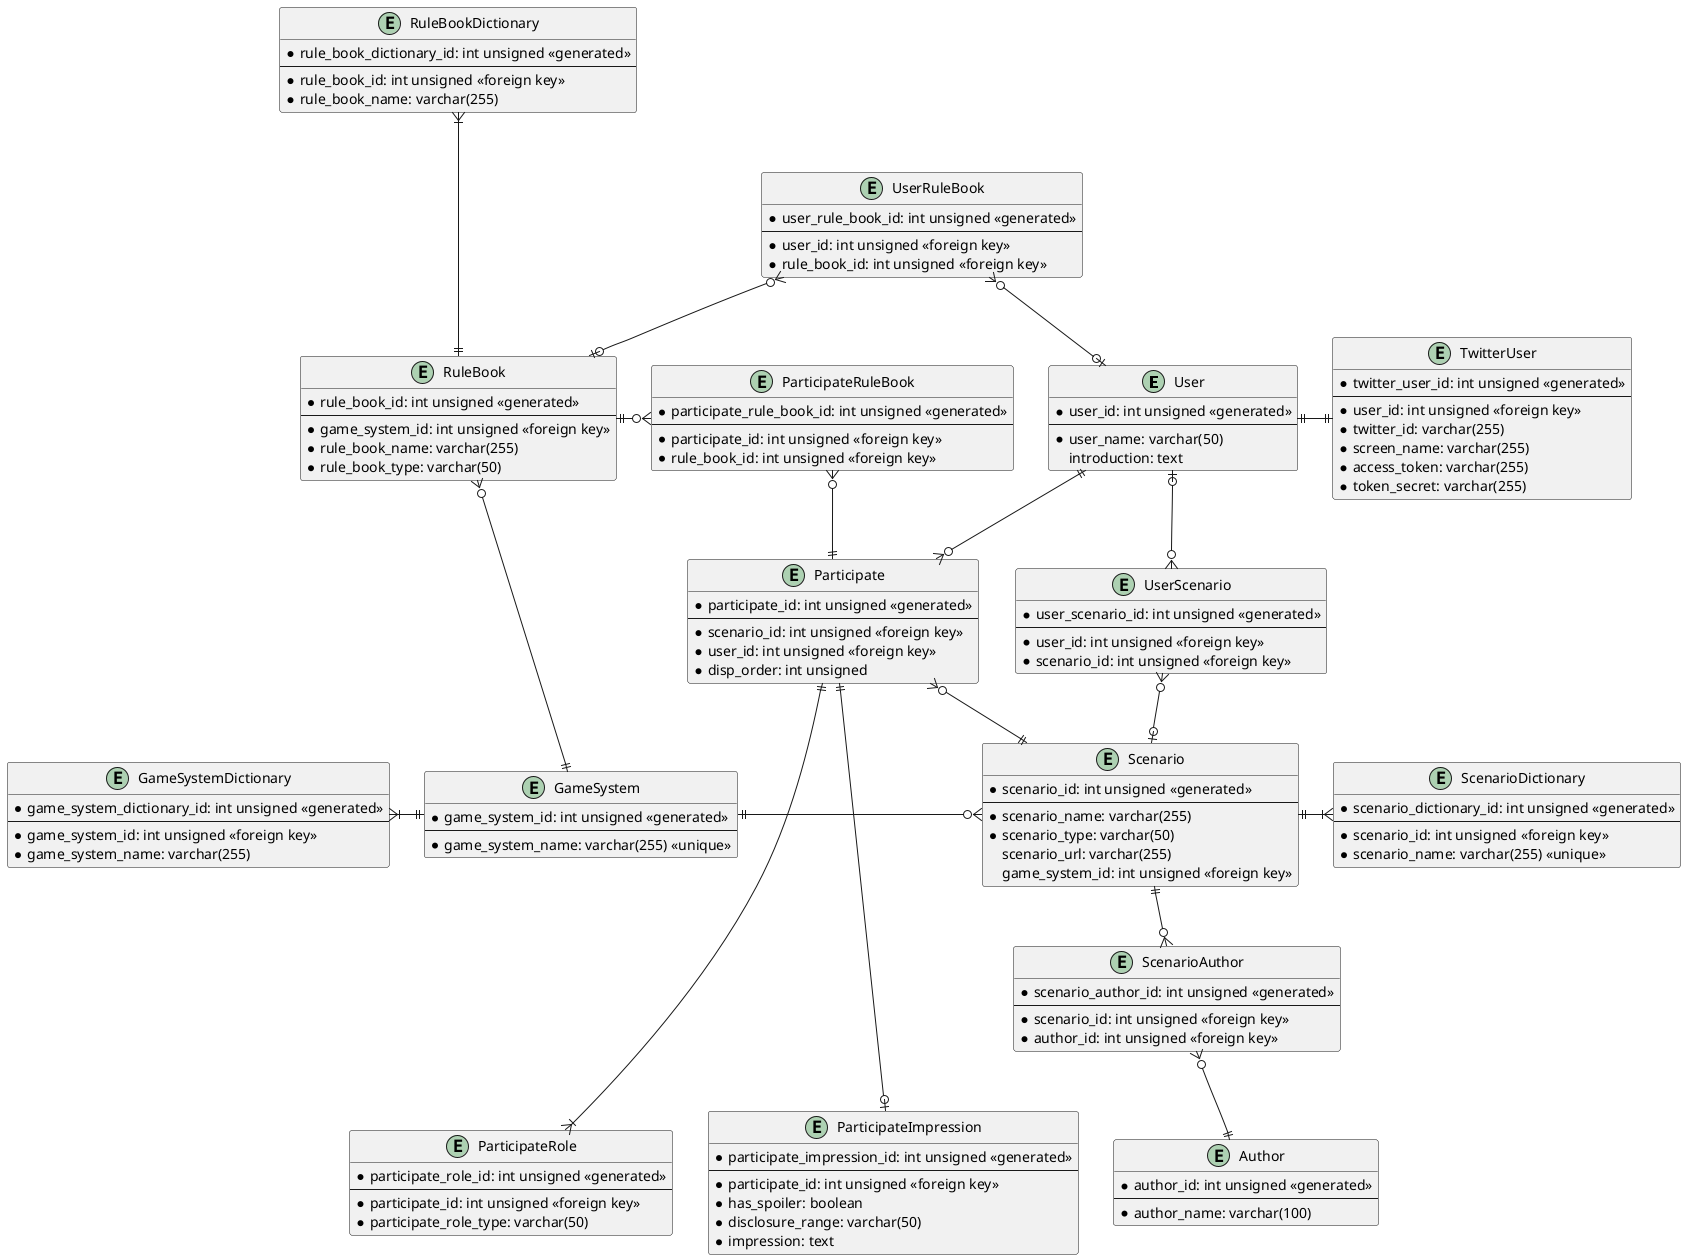
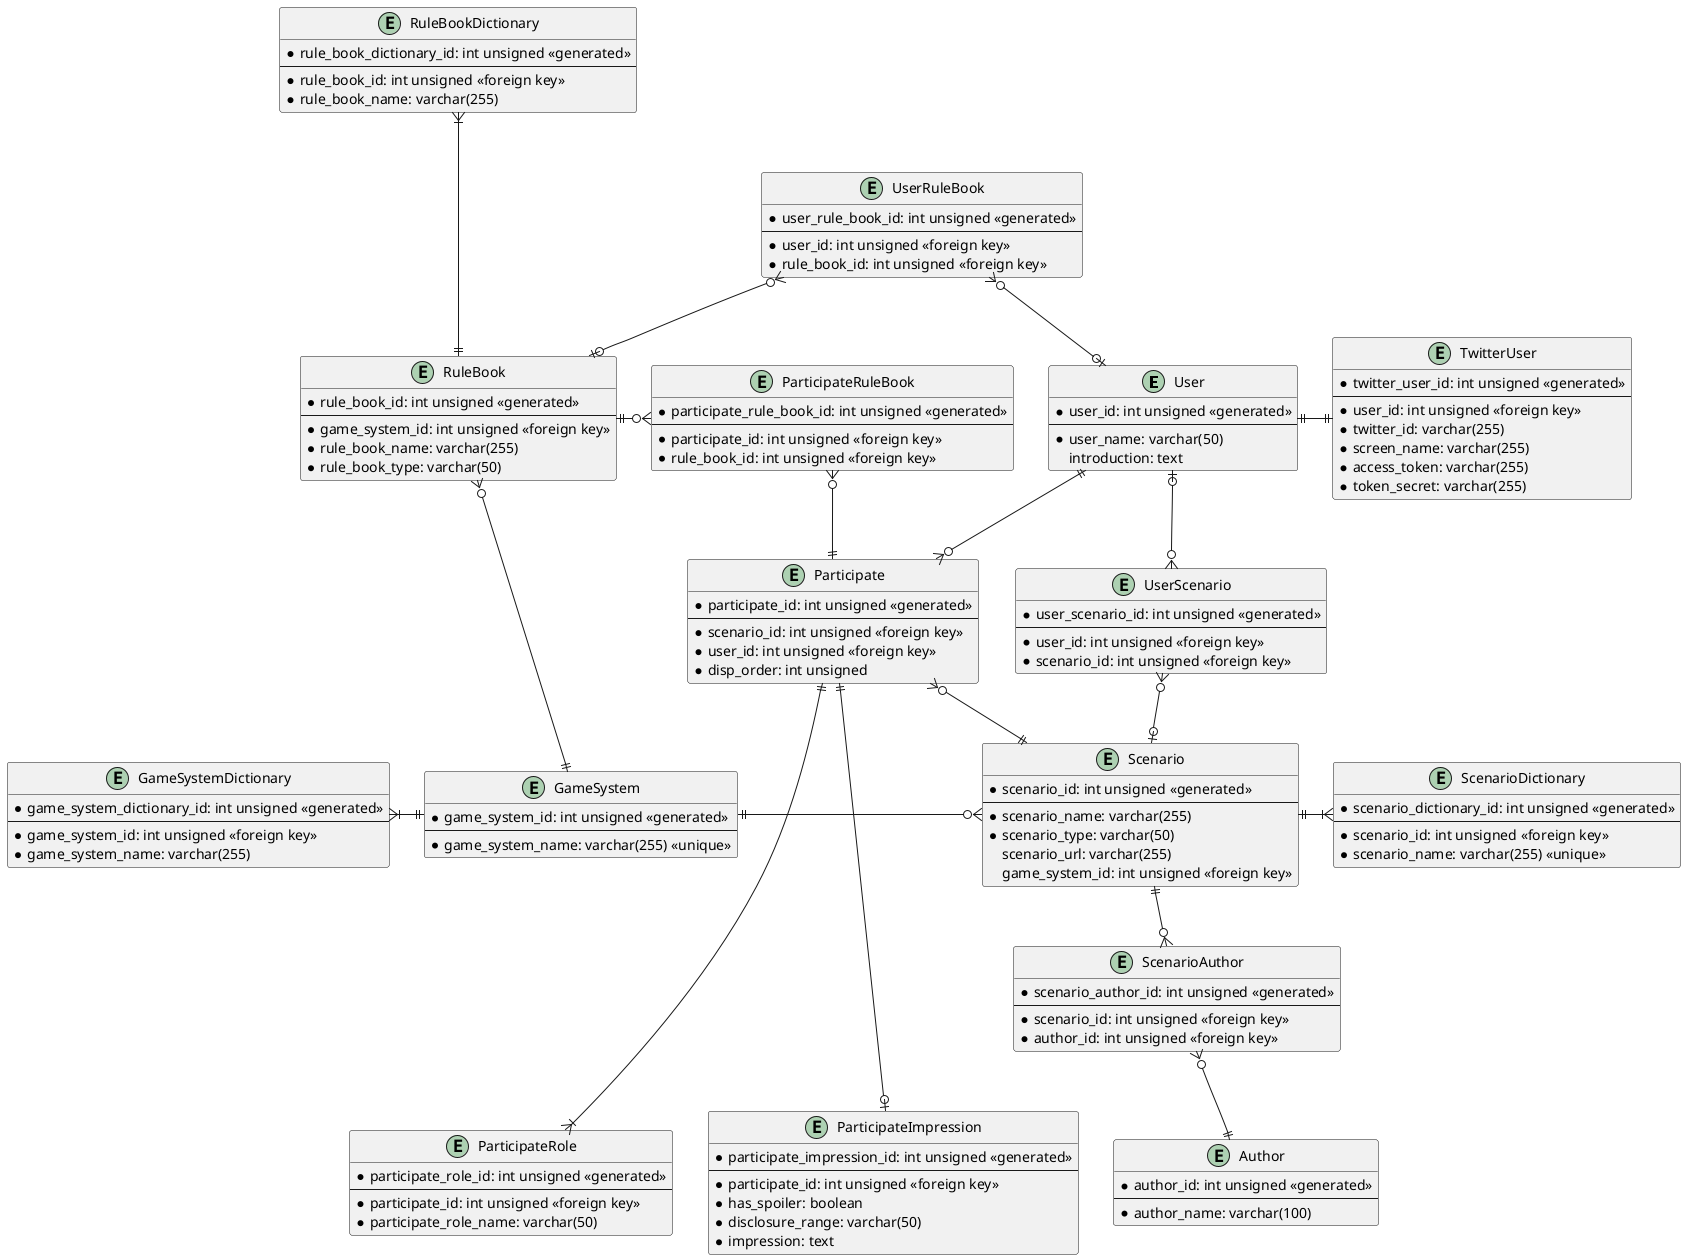
@startuml
'https://plantuml.com/class-diagram

entity User {
    * user_id: int unsigned <<generated>>
    --
    * user_name: varchar(50)
    introduction: text
}

entity TwitterUser {
	* twitter_user_id: int unsigned <<generated>>
	--
	* user_id: int unsigned <<foreign key>>
	* twitter_id: varchar(255)
	* screen_name: varchar(255)
	* access_token: varchar(255)
	* token_secret: varchar(255)
}

User ||-right-|| TwitterUser

entity GameSystem {
	* game_system_id: int unsigned <<generated>>
	--
	* game_system_name: varchar(255) <<unique>>
}

entity GameSystemDictionary {
    * game_system_dictionary_id: int unsigned <<generated>>
    --
    * game_system_id: int unsigned <<foreign key>>
    * game_system_name: varchar(255)
}

GameSystemDictionary }|-right-|| GameSystem

entity RuleBook {
    * rule_book_id: int unsigned <<generated>>
    --
    * game_system_id: int unsigned <<foreign key>>
    * rule_book_name: varchar(255)
    * rule_book_type: varchar(50)
}

GameSystem ||-left-o{ RuleBook

entity RuleBookDictionary {
    * rule_book_dictionary_id: int unsigned <<generated>>
    --
    * rule_book_id: int unsigned <<foreign key>>
    * rule_book_name: varchar(255)
}

RuleBookDictionary }|--down-|| RuleBook

entity UserRuleBook {
	* user_rule_book_id: int unsigned <<generated>>
	--
	* user_id: int unsigned <<foreign key>>
	* rule_book_id: int unsigned <<foreign key>>
}

UserRuleBook }o-down-o| RuleBook
UserRuleBook }o-right-o| User

entity Scenario {
    * scenario_id: int unsigned <<generated>>
    --
    * scenario_name: varchar(255)
    * scenario_type: varchar(50)
    scenario_url: varchar(255)
    game_system_id: int unsigned <<foreign key>>
}

GameSystem ||-right-o{ Scenario

entity UserScenario {
	* user_scenario_id: int unsigned <<generated>>
	--
	* user_id: int unsigned <<foreign key>>
	* scenario_id: int unsigned <<foreign key>>
}

User |o-down-o{ UserScenario
Scenario |o-up-o{ UserScenario

entity Author {
	* author_id: int unsigned <<generated>>
	--
	* author_name: varchar(100)
}

entity ScenarioAuthor {
	* scenario_author_id: int unsigned <<generated>>
	--
	* scenario_id: int unsigned <<foreign key>>
	* author_id: int unsigned <<foreign key>>
}

Scenario ||-down-o{ ScenarioAuthor
ScenarioAuthor }o-down-|| Author

entity ScenarioDictionary {
    * scenario_dictionary_id: int unsigned <<generated>>
    --
    * scenario_id: int unsigned <<foreign key>>
    * scenario_name: varchar(255) <<unique>>
}

Scenario ||-right-|{ ScenarioDictionary

entity Participate {
    * participate_id: int unsigned <<generated>>
    --
    * scenario_id: int unsigned <<foreign key>>
    * user_id: int unsigned <<foreign key>>
    * disp_order: int unsigned
}

User ||-down-o{ Participate
Participate }o-|| Scenario
Participate -[hidden]down- GameSystem

entity ParticipateRole {
    * participate_role_id: int unsigned <<generated>>
    --
    * participate_id: int unsigned <<foreign key>>
-     * participate_role_type: varchar(50)
+     * participate_role_name: varchar(50)
}

Participate ||--down--|{ ParticipateRole

entity ParticipateImpression {
	* participate_impression_id: int unsigned <<generated>>
	--
	* participate_id: int unsigned <<foreign key>>
	* has_spoiler: boolean
	* disclosure_range: varchar(50)
	* impression: text
}

Participate ||--down--o| ParticipateImpression

entity ParticipateRuleBook {
	* participate_rule_book_id: int unsigned <<generated>>
	--
	* participate_id: int unsigned <<foreign key>>
	* rule_book_id: int unsigned <<foreign key>>
}

ParticipateRuleBook }o-down-|| Participate
ParticipateRuleBook }o-left-|| RuleBook

@enduml